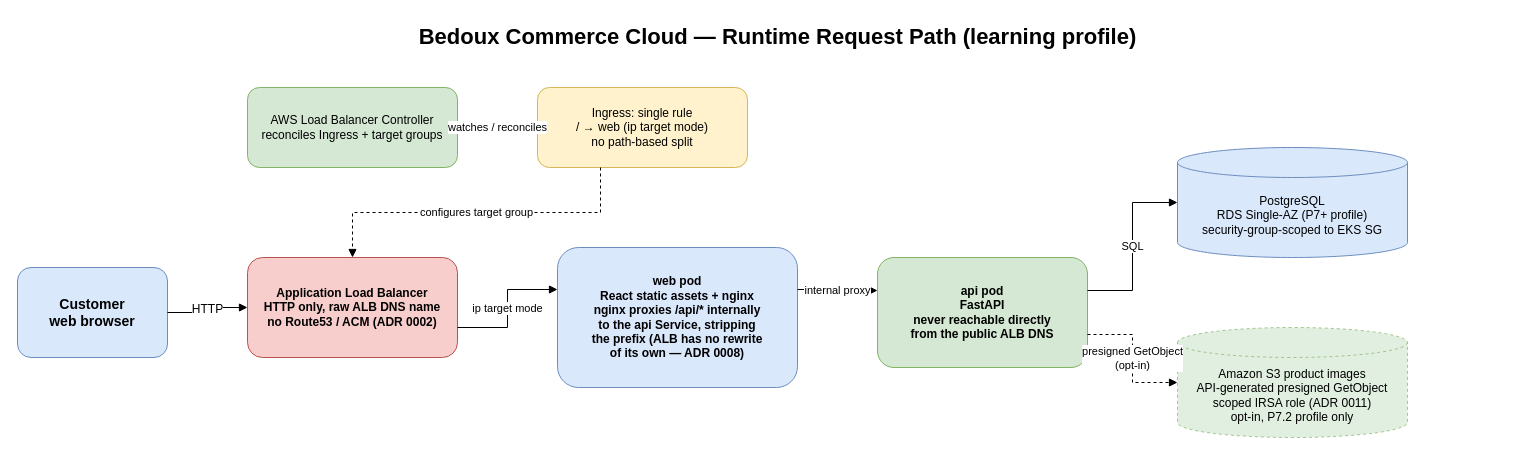
Earlier version of the draw.io diagram docs/diagrams/request-path.drawio (tsogtbatjargal/bedoux-commerce-cloud-gitops). Source tidied: cells renumbered, new cells numbered last; positions are measured from the earlier drawing's top-left corner, leaving out a move shared by most shapes. Both pictures are drawn from the tidied source at 100%, with x=0, y=0 at pixel (17, 17).
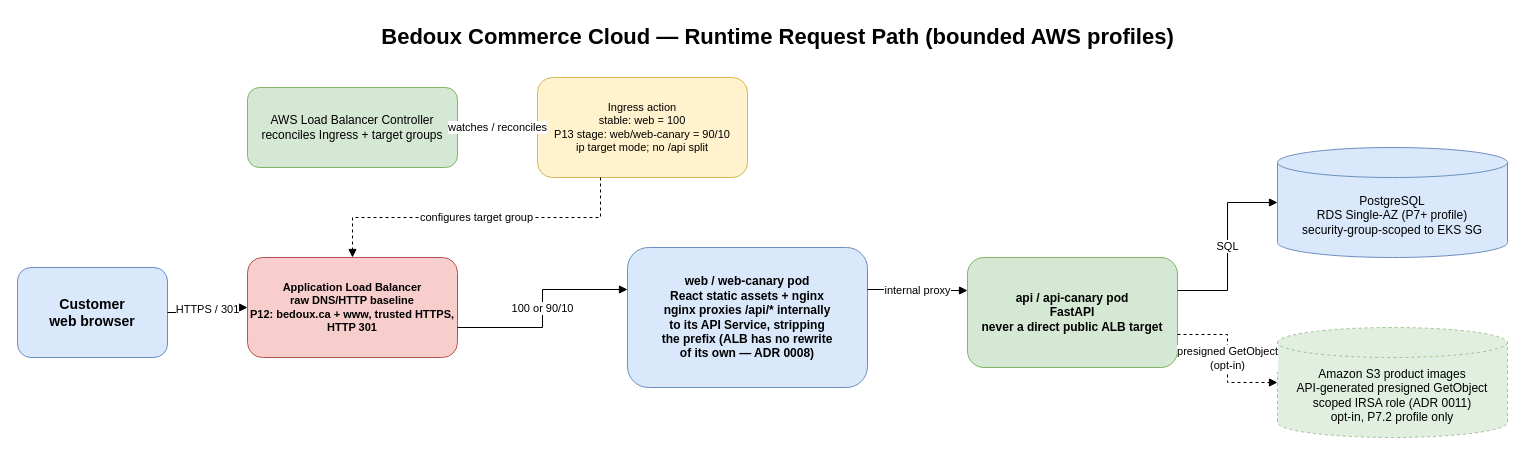
After the change.

What changed in the source:
```diff
@@
 <mxGraphModel>
   <root>
     <mxCell id="0" />
     <mxCell id="1" parent="0" />
-    <mxCell id="2" value="Bedoux Commerce Cloud — Runtime Request Path (learning profile)" style="text;html=1;align=center;verticalAlign=middle;fontSize=22;fontStyle=1;" parent="1" vertex="1">
+    <mxCell id="2" value="Bedoux Commerce Cloud — Runtime Request Path (bounded AWS profiles)" style="text;html=1;align=center;verticalAlign=middle;fontSize=22;fontStyle=1;" parent="1" vertex="1">
       <mxGeometry x="340" width="840" height="40" as="geometry" />
     </mxCell>
     <mxCell id="3" value="Customer&#10;web browser" style="rounded=1;whiteSpace=wrap;html=1;fillColor=#dae8fc;strokeColor=#6c8ebf;fontSize=14;fontStyle=1;" parent="1" vertex="1">
       <mxGeometry y="250" width="150" height="90" as="geometry" />
     </mxCell>
-    <mxCell id="4" value="Application Load Balancer&#10;HTTP only, raw ALB DNS name&#10;no Route53 / ACM (ADR 0002)" style="rounded=1;whiteSpace=wrap;html=1;fillColor=#f8cecc;strokeColor=#b85450;fontSize=12;fontStyle=1;" parent="1" vertex="1">
+    <mxCell id="4" value="Application Load Balancer&#10;raw DNS/HTTP baseline&#10;P12: bedoux.ca + www, trusted HTTPS, HTTP 301" style="rounded=1;whiteSpace=wrap;html=1;fillColor=#f8cecc;strokeColor=#b85450;fontSize=11;fontStyle=1;" parent="1" vertex="1">
       <mxGeometry x="230" y="240" width="210" height="100" as="geometry" />
     </mxCell>
     <mxCell id="5" value="AWS Load Balancer Controller&#10;reconciles Ingress + target groups" style="rounded=1;whiteSpace=wrap;html=1;fillColor=#d5e8d4;strokeColor=#82b366;fontSize=12;" parent="1" vertex="1">
       <mxGeometry x="230" y="70" width="210" height="80" as="geometry" />
     </mxCell>
-    <mxCell id="6" value="Ingress: single rule&#10;/ → web (ip target mode)&#10;no path-based split" style="rounded=1;whiteSpace=wrap;html=1;fillColor=#fff2cc;strokeColor=#d6b656;fontSize=12;" parent="1" vertex="1">
-      <mxGeometry x="520" y="70" width="210" height="80" as="geometry" />
+    <mxCell id="6" value="Ingress action&#10;stable: web = 100&#10;P13 stage: web/web-canary = 90/10&#10;ip target mode; no /api split" style="rounded=1;whiteSpace=wrap;html=1;fillColor=#fff2cc;strokeColor=#d6b656;fontSize=11;" parent="1" vertex="1">
+      <mxGeometry x="520" y="60" width="210" height="100" as="geometry" />
     </mxCell>
-    <mxCell id="7" value="web pod&#10;React static assets + nginx&#10;nginx proxies /api/* internally&#10;to the api Service, stripping&#10;the prefix (ALB has no rewrite&#10;of its own — ADR 0008)" style="rounded=1;whiteSpace=wrap;html=1;fillColor=#dae8fc;strokeColor=#6c8ebf;fontSize=12;fontStyle=1;" parent="1" vertex="1">
-      <mxGeometry x="540" y="230" width="240" height="140" as="geometry" />
+    <mxCell id="7" value="web / web-canary pod&#10;React static assets + nginx&#10;nginx proxies /api/* internally&#10;to its API Service, stripping&#10;the prefix (ALB has no rewrite&#10;of its own — ADR 0008)" style="rounded=1;whiteSpace=wrap;html=1;fillColor=#dae8fc;strokeColor=#6c8ebf;fontSize=12;fontStyle=1;" parent="1" vertex="1">
+      <mxGeometry x="610" y="230" width="240" height="140" as="geometry" />
     </mxCell>
-    <mxCell id="8" value="api pod&#10;FastAPI&#10;never reachable directly&#10;from the public ALB DNS" style="rounded=1;whiteSpace=wrap;html=1;fillColor=#d5e8d4;strokeColor=#82b366;fontSize=12;fontStyle=1;" parent="1" vertex="1">
-      <mxGeometry x="860" y="240" width="210" height="110" as="geometry" />
+    <mxCell id="8" value="api / api-canary pod&#10;FastAPI&#10;never a direct public ALB target" style="rounded=1;whiteSpace=wrap;html=1;fillColor=#d5e8d4;strokeColor=#82b366;fontSize=12;fontStyle=1;" parent="1" vertex="1">
+      <mxGeometry x="950" y="240" width="210" height="110" as="geometry" />
     </mxCell>
     <mxCell id="9" value="PostgreSQL&#10;RDS Single-AZ (P7+ profile)&#10;security-group-scoped to EKS SG" style="shape=cylinder3;whiteSpace=wrap;html=1;boundedLbl=1;backgroundOutline=1;size=15;fillColor=#dae8fc;strokeColor=#6c8ebf;fontSize=12;" parent="1" vertex="1">
-      <mxGeometry x="1160" y="130" width="230" height="110" as="geometry" />
+      <mxGeometry x="1260" y="130" width="230" height="110" as="geometry" />
     </mxCell>
     <mxCell id="10" value="Amazon S3 product images&#10;API-generated presigned GetObject&#10;scoped IRSA role (ADR 0011)&#10;opt-in, P7.2 profile only" style="shape=cylinder3;whiteSpace=wrap;html=1;boundedLbl=1;backgroundOutline=1;size=15;fillColor=#d5e8d4;strokeColor=#82b366;fontSize=12;dashed=1;opacity=70;" parent="1" vertex="1">
-      <mxGeometry x="1160" y="310" width="230" height="110" as="geometry" />
+      <mxGeometry x="1260" y="310" width="230" height="110" as="geometry" />
     </mxCell>
-    <mxCell id="11" value="HTTP" style="edgeStyle=orthogonalEdgeStyle;rounded=0;jettySize=auto;html=1;endArrow=block;endFill=1;fontSize=12;exitX=1;exitY=0.5;exitDx=0;exitDy=0;entryX=0;entryY=0.5;entryDx=0;entryDy=0;" parent="1" edge="1" source="3" target="4">
+    <mxCell id="11" value="HTTPS / 301" style="edgeStyle=orthogonalEdgeStyle;rounded=0;jettySize=auto;html=1;endArrow=block;endFill=1;fontSize=11;labelBackgroundColor=#ffffff;exitX=1;exitY=0.5;exitDx=0;exitDy=0;entryX=0;entryY=0.5;entryDx=0;entryDy=0;" parent="1" edge="1" source="3" target="4">
       <mxGeometry relative="1" as="geometry" />
     </mxCell>
     <mxCell id="12" value="watches / reconciles" style="edgeStyle=orthogonalEdgeStyle;rounded=0;jettySize=auto;html=1;dashed=1;endArrow=block;endFill=1;fontSize=11;exitX=1;exitY=0.5;exitDx=0;exitDy=0;entryX=0;entryY=0.5;entryDx=0;entryDy=0;" parent="1" edge="1" source="5" target="6">
       <mxGeometry relative="1" as="geometry" />
     </mxCell>
     <mxCell id="13" value="configures target group" style="edgeStyle=orthogonalEdgeStyle;rounded=0;jettySize=auto;html=1;dashed=1;endArrow=block;endFill=1;fontSize=11;exitX=0.3;exitY=1;exitDx=0;exitDy=0;entryX=0.5;entryY=0;entryDx=0;entryDy=0;" parent="1" edge="1" source="6" target="4">
       <mxGeometry relative="1" as="geometry" />
     </mxCell>
-    <mxCell id="14" value="ip target mode" style="edgeStyle=orthogonalEdgeStyle;rounded=0;jettySize=auto;html=1;endArrow=block;endFill=1;fontSize=11;exitX=1;exitY=0.7;exitDx=0;exitDy=0;entryX=0;entryY=0.3;entryDx=0;entryDy=0;" parent="1" edge="1" source="4" target="7">
+    <mxCell id="14" value="100 or 90/10" style="edgeStyle=orthogonalEdgeStyle;rounded=0;jettySize=auto;html=1;endArrow=block;endFill=1;fontSize=11;labelBackgroundColor=#ffffff;exitX=1;exitY=0.7;exitDx=0;exitDy=0;entryX=0;entryY=0.3;entryDx=0;entryDy=0;" parent="1" edge="1" source="4" target="7">
       <mxGeometry relative="1" as="geometry" />
     </mxCell>
     <mxCell id="15" value="internal proxy" style="edgeStyle=orthogonalEdgeStyle;rounded=0;jettySize=auto;html=1;endArrow=block;endFill=1;fontSize=11;exitX=1;exitY=0.3;exitDx=0;exitDy=0;entryX=0;entryY=0.3;entryDx=0;entryDy=0;" parent="1" edge="1" source="7" target="8">
       <mxGeometry relative="1" as="geometry" />
     </mxCell>
     <mxCell id="16" value="SQL" style="edgeStyle=orthogonalEdgeStyle;rounded=0;jettySize=auto;html=1;endArrow=block;endFill=1;fontSize=11;exitX=1;exitY=0.3;exitDx=0;exitDy=0;entryX=0;entryY=0.5;entryDx=0;entryDy=0;" parent="1" edge="1" source="8" target="9">
       <mxGeometry relative="1" as="geometry" />
     </mxCell>
     <mxCell id="17" value="presigned GetObject&#10;(opt-in)" style="edgeStyle=orthogonalEdgeStyle;rounded=0;jettySize=auto;html=1;dashed=1;endArrow=block;endFill=1;fontSize=11;exitX=1;exitY=0.7;exitDx=0;exitDy=0;entryX=0;entryY=0.5;entryDx=0;entryDy=0;" parent="1" edge="1" source="8" target="10">
       <mxGeometry relative="1" as="geometry" />
     </mxCell>
   </root>
 </mxGraphModel>
```
